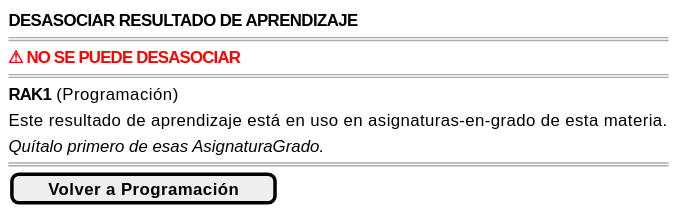
Before: images/RUP/01-requisitos/03-detalle-casos-uso/desasociarResultadoAprendizajeAMateria/wireframe-bloqueada.svg, a diagram exported from PlantUML (mmasias/pyCeldaPublico).
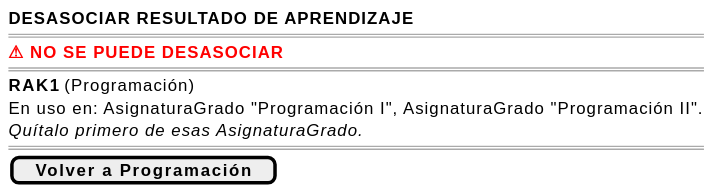
The same diagram one commit later.

Change to the diagram source:
```diff
@@ -6,7 +6,7 @@
     ====
     <b>RAK1</b> (Programación)
 
-    Este resultado de aprendizaje está en uso en asignaturas-en-grado de esta materia.
+    En uso en: AsignaturaGrado "Programación I", AsignaturaGrado "Programación II".
 
     <i>Quítalo primero de esas AsignaturaGrado.</i>
     ====
```
